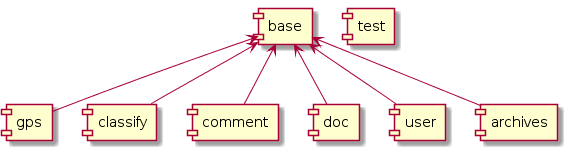
This is doc/module.png from wangscript007/ranch, a PlantUML export, as it was before one commit.
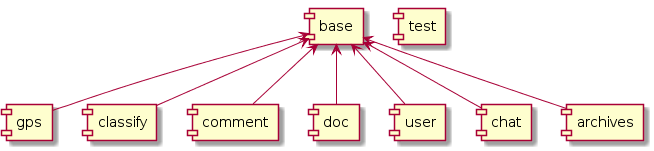
Later version of the same file.

What changed in the source:
```diff
@@ -5,6 +5,7 @@
 [base] <-- [comment]
 [base] <-- [doc]
 [base] <-- [user]
+[base] <-- [chat]
 [base] <-- [archives]
 [test]
 
```
